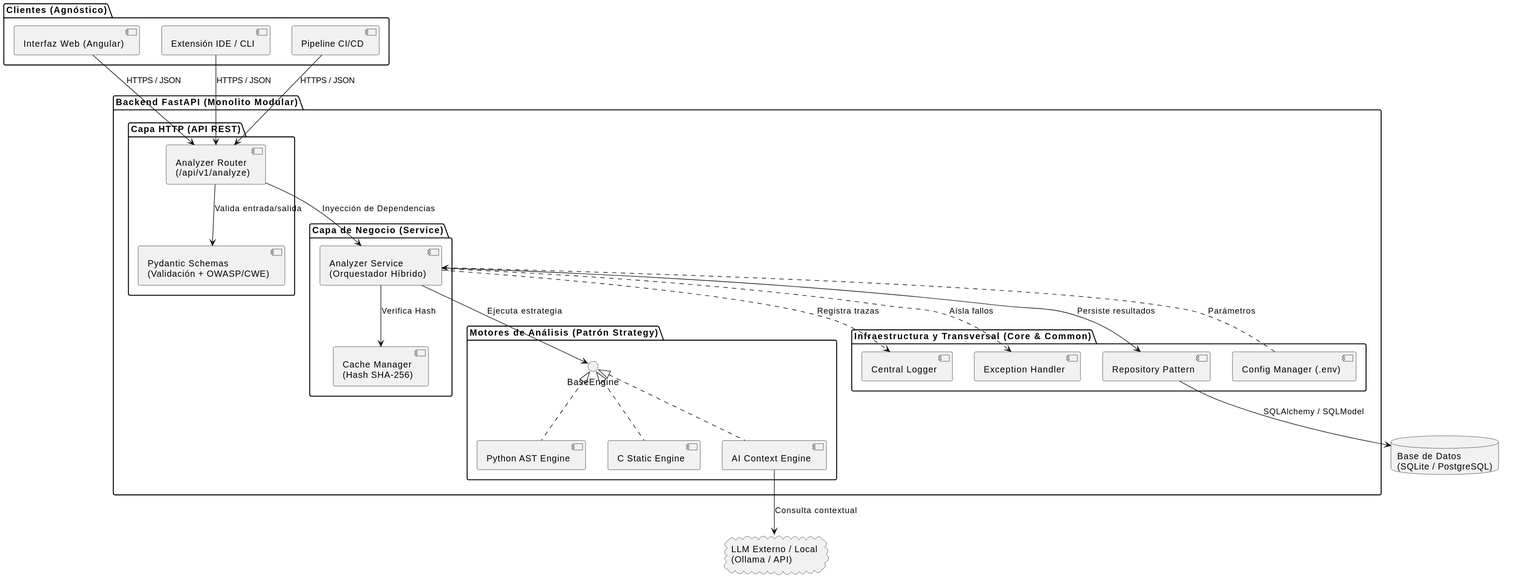
The PlantUML diagram Documentos/Diagramas/arquitectura_componentes/arquitectura_componentes.svg in EVerjanoPerez/tfg-devsecops-analyzer, before a commit.
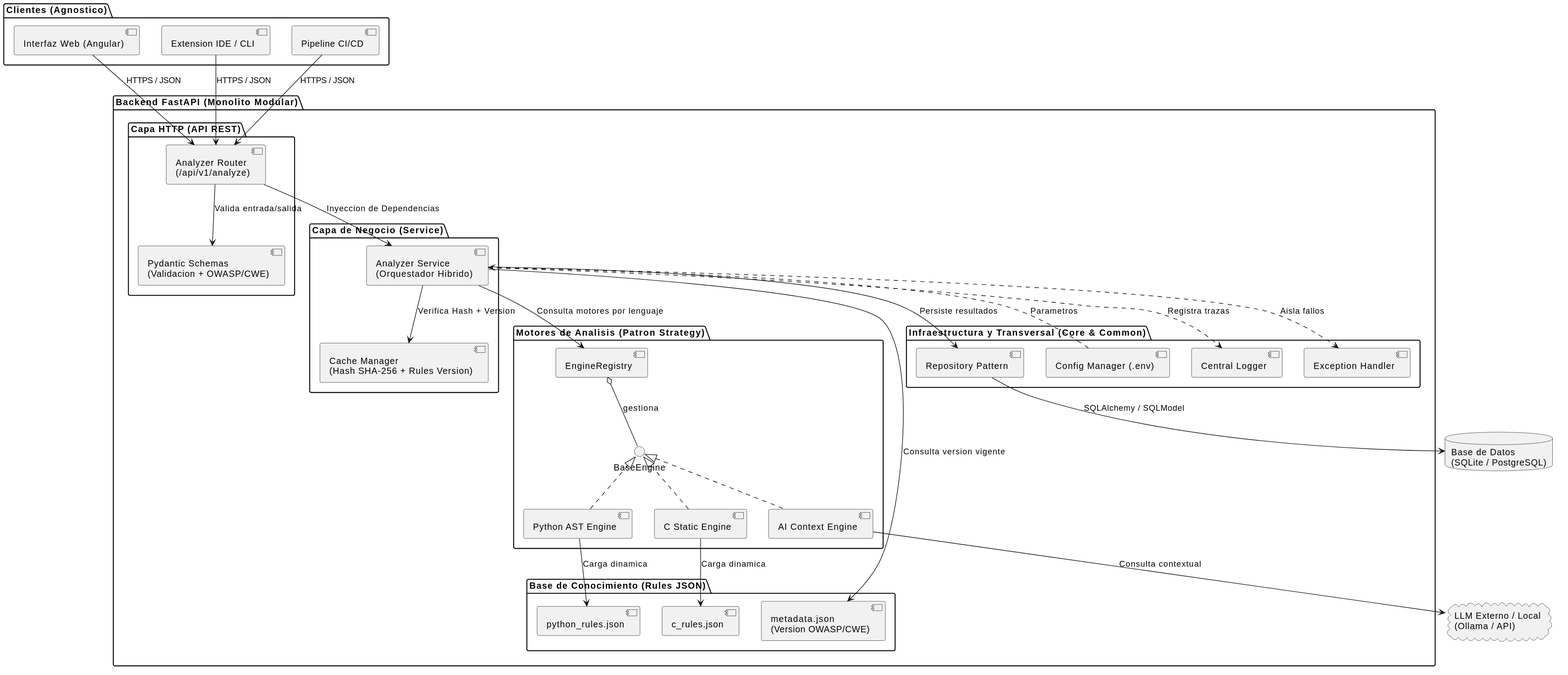
Above is the later version.

Change to the diagram source:
```diff
@@ -2,9 +2,9 @@
 skinparam componentStyle uml2
 skinparam shadowing false
 
-package "Clientes (Agnóstico)" {
+package "Clientes (Agnostico)" {
   [Interfaz Web (Angular)] as Web
-  [Extensión IDE / CLI] as CLI
+  [Extension IDE / CLI] as CLI
   [Pipeline CI/CD] as CICD
 }
 
@@ -12,19 +12,26 @@
 
   package "Capa HTTP (API REST)" {
     [Analyzer Router\n(/api/v1/analyze)] as Router
-    [Pydantic Schemas\n(Validación + OWASP/CWE)] as Schemas
+    [Pydantic Schemas\n(Validacion + OWASP/CWE)] as Schemas
   }
 
   package "Capa de Negocio (Service)" {
-    [Analyzer Service\n(Orquestador Híbrido)] as Service
-    [Cache Manager\n(Hash SHA-256)] as Cache
+    [Analyzer Service\n(Orquestador Hibrido)] as Service
+    [Cache Manager\n(Hash SHA-256 + Rules Version)] as Cache
   }
 
-  package "Motores de Análisis (Patrón Strategy)" {
+  package "Motores de Analisis (Patron Strategy)" {
+    [EngineRegistry] as Registry
     interface "BaseEngine" as IEngine
     [Python AST Engine] as PyEngine
     [C Static Engine] as CEngine
     [AI Context Engine] as AIEngine
+  }
+
+  folder "Base de Conocimiento (Rules JSON)" {
+    [metadata.json\n(Version OWASP/CWE)] as MetaRules
+    [python_rules.json] as PyRules
+    [c_rules.json] as CRules
   }
 
   package "Infraestructura y Transversal (Core & Common)" {
@@ -43,20 +50,25 @@
 CICD --> Router : HTTPS / JSON
 
 Router --> Schemas : Valida entrada/salida
-Router --> Service : Inyección de Dependencias
+Router --> Service : Inyeccion de Dependencias
 
-Service --> Cache : Verifica Hash
-Service --> IEngine : Ejecuta estrategia
+Service --> Cache : Verifica Hash + Version
+Service --> Registry : Consulta motores por lenguaje
 Service --> Repo : Persiste resultados
 
+Registry o-- IEngine : gestiona
 IEngine <|.. PyEngine
 IEngine <|.. CEngine
 IEngine <|.. AIEngine
+
+PyEngine --> PyRules : Carga dinamica
+CEngine --> CRules : Carga dinamica
+Service --> MetaRules : Consulta version vigente
 
 AIEngine --> LLM : Consulta contextual
 Repo --> DB : SQLAlchemy / SQLModel
 
 Service ..> Logger : Registra trazas
-Service ..> Exc : Aísla fallos
-Config ..> Service : Parámetros
+Service ..> Exc : Aisla fallos
+Config ..> Service : Parametros
 @enduml
```
